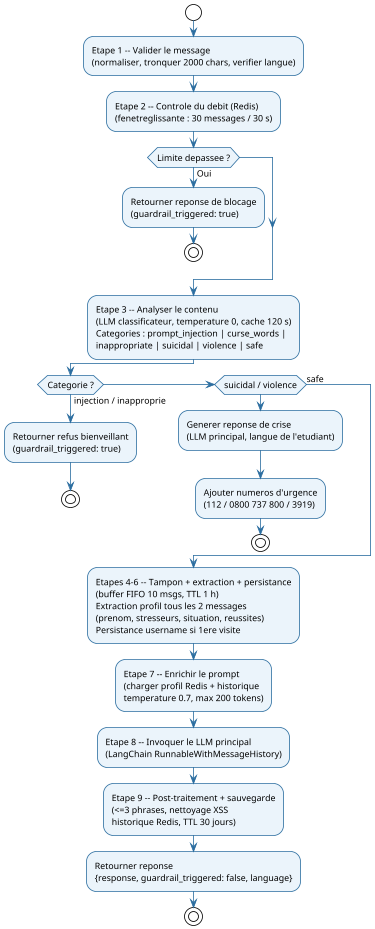
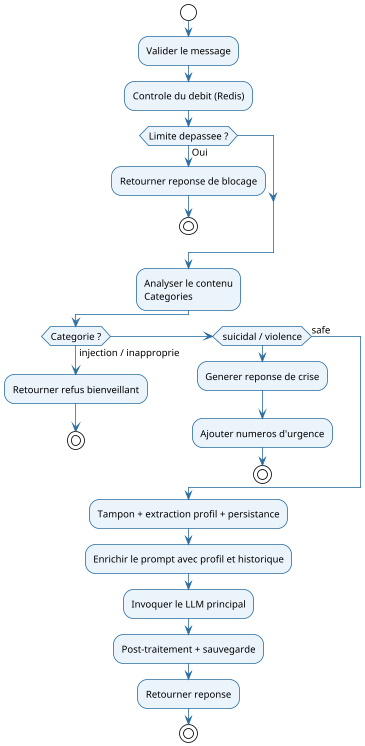
@startuml activite_emotionnel
!theme plain
scale 0.8
skinparam activityBorderColor #2C6EA0
skinparam activityBackgroundColor #EBF4FB
skinparam activityArrowColor #2C6EA0
skinparam diamondBorderColor #E65100
skinparam diamondBackgroundColor #FFF3E0
skinparam defaultFontName Arial
- skinparam defaultFontSize 11
+ skinparam defaultFontSize 12

start

- :Etape 1 -- Valider le message\n(normaliser, tronquer 2000 chars, verifier langue);
+ :Valider le message;

- :Etape 2 -- Controle du debit (Redis)\n(fenetreglissante : 30 messages / 30 s);
+ :Controle du debit (Redis);

if (Limite depassee ?) then (Oui)
-   :Retourner reponse de blocage\n(guardrail_triggered: true);
+   :Retourner reponse de blocage;
  stop
endif

- :Etape 3 -- Analyser le contenu\n(LLM classificateur, temperature 0, cache 120 s)\nCategories : prompt_injection | curse_words |\ninappropriate | suicidal | violence | safe;
+ :Analyser le contenu\nCategories;

if (Categorie ?) then (injection / inapproprie)
-   :Retourner refus bienveillant\n(guardrail_triggered: true);
+   :Retourner refus bienveillant;
  stop
else if (suicidal / violence) then
-   :Generer reponse de crise\n(LLM principal, langue de l'etudiant);
-   :Ajouter numeros d'urgence\n(112 / 0800 737 800 / 3919);
+   :Generer reponse de crise;
+   :Ajouter numeros d'urgence;
  stop
else (safe)
endif

- :Etapes 4-6 -- Tampon + extraction + persistance\n(buffer FIFO 10 msgs, TTL 1 h)\nExtraction profil tous les 2 messages\n(prenom, stresseurs, situation, reussites)\nPersistance username si 1ere visite;
+ :Tampon + extraction profil + persistance;

- :Etape 7 -- Enrichir le prompt\n(charger profil Redis + historique\ntemperature 0.7, max 200 tokens);
+ :Enrichir le prompt avec profil et historique;

- :Etape 8 -- Invoquer le LLM principal\n(LangChain RunnableWithMessageHistory);
+ :Invoquer le LLM principal;

- :Etape 9 -- Post-traitement + sauvegarde\n(<=3 phrases, nettoyage XSS\nhistorique Redis, TTL 30 jours);
+ :Post-traitement + sauvegarde;

- :Retourner reponse\n{response, guardrail_triggered: false, language};
+ :Retourner reponse;

stop

@enduml
